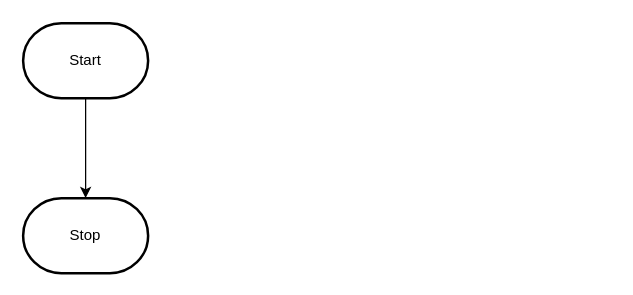
MTHS-ICD2O-1-2023/ICD2O-Unit-6-04-pablo-fiallos-granados keeps this draw.io diagram as design/flowchart.drawio. Above is the earlier version. Source tidied: cells renumbered, new cells numbered last; positions are measured from the earlier drawing's top-left corner, leaving out a move shared by most shapes. Both pictures are drawn from the tidied source at 125%, with x=0, y=0 at pixel (22, 22).
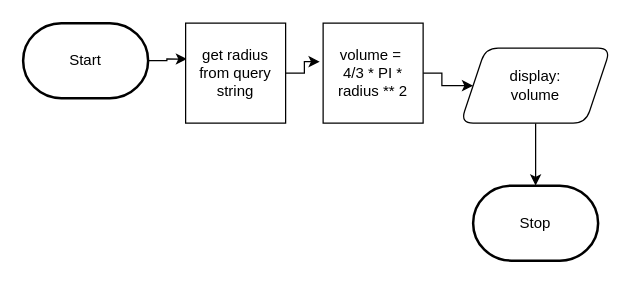
The same page after the edit.

What changed in the source:
```diff
@@
 <mxGraphModel>
   <root>
     <mxCell id="0" />
     <mxCell id="1" parent="0" />
-    <mxCell id="2" style="edgeStyle=orthogonalEdgeStyle;html=1;rounded=0;" parent="1" edge="1" source="3" target="4">
-      <mxGeometry relative="1" as="geometry" />
-    </mxCell>
+    <mxCell id="5" style="edgeStyle=orthogonalEdgeStyle;html=1;exitX=1;exitY=0.5;exitDx=0;exitDy=0;exitPerimeter=0;entryX=0.014;entryY=0.359;entryDx=0;entryDy=0;entryPerimeter=0;rounded=0;" parent="1" edge="1" source="3" target="7">
+      <mxGeometry relative="1" as="geometry" />
+    </mxCell>
     <mxCell id="3" value="Start" style="strokeWidth=2;html=1;shape=mxgraph.flowchart.terminator;whiteSpace=wrap;" parent="1" vertex="1">
       <mxGeometry width="100" height="60" as="geometry" />
     </mxCell>
     <mxCell id="4" value="Stop" style="strokeWidth=2;html=1;shape=mxgraph.flowchart.terminator;whiteSpace=wrap;" parent="1" vertex="1">
-      <mxGeometry y="140" width="100" height="60" as="geometry" />
+      <mxGeometry x="360" y="130" width="100" height="60" as="geometry" />
     </mxCell>
+    <mxCell id="6" style="edgeStyle=orthogonalEdgeStyle;rounded=0;html=1;exitX=1;exitY=0.5;exitDx=0;exitDy=0;entryX=-0.034;entryY=0.385;entryDx=0;entryDy=0;entryPerimeter=0;" parent="1" edge="1" source="7" target="9">
+      <mxGeometry relative="1" as="geometry" />
+    </mxCell>
+    <mxCell id="7" value="get radius&lt;br&gt;from query&lt;br&gt;string" style="whiteSpace=wrap;html=1;" parent="1" vertex="1">
+      <mxGeometry x="130" width="80" height="80" as="geometry" />
+    </mxCell>
+    <mxCell id="8" style="edgeStyle=orthogonalEdgeStyle;rounded=0;html=1;exitX=1;exitY=0.5;exitDx=0;exitDy=0;entryX=0;entryY=0.5;entryDx=0;entryDy=0;" parent="1" edge="1" source="9" target="11">
+      <mxGeometry relative="1" as="geometry" />
+    </mxCell>
+    <mxCell id="9" value="volume =&amp;nbsp;&lt;br&gt;4/3 * PI * radius ** 2" style="whiteSpace=wrap;html=1;" parent="1" vertex="1">
+      <mxGeometry x="240" width="80" height="80" as="geometry" />
+    </mxCell>
+    <mxCell id="10" style="edgeStyle=orthogonalEdgeStyle;rounded=0;html=1;exitX=0.5;exitY=1;exitDx=0;exitDy=0;" parent="1" edge="1" source="11" target="4">
+      <mxGeometry relative="1" as="geometry" />
+    </mxCell>
+    <mxCell id="11" value="display:&lt;br&gt;volume" style="shape=parallelogram;perimeter=parallelogramPerimeter;whiteSpace=wrap;html=1;fixedSize=1;rounded=1;" parent="1" vertex="1">
+      <mxGeometry x="350" y="20" width="120" height="60" as="geometry" />
+    </mxCell>
   </root>
 </mxGraphModel>
```
